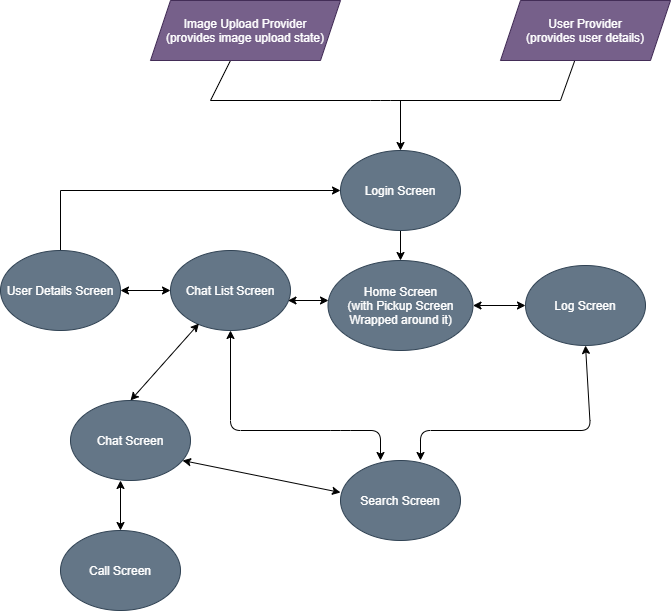
sonalika2001/An-Agile-Squad keeps this draw.io diagram as screenshots and diagrams/state diagram.png. Above is the earlier version. Source tidied: cells renumbered, new cells last; positions are measured from the earlier drawing's top-left corner, leaving out a move shared by most shapes.
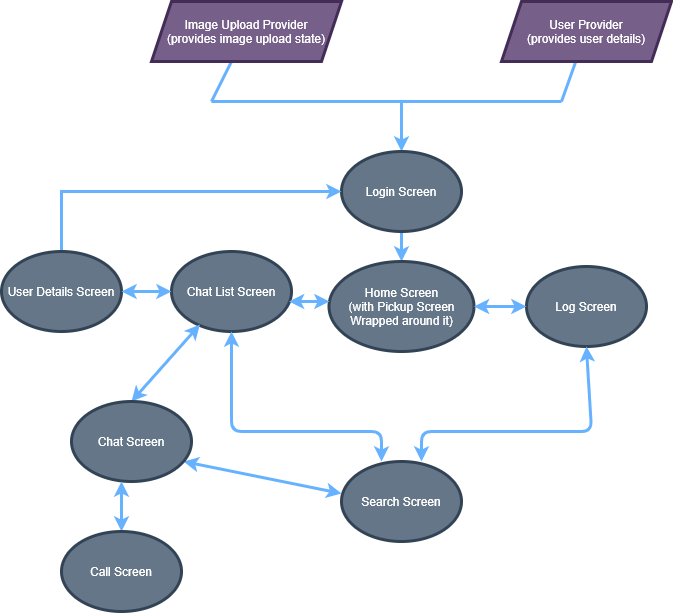
After the change.

Commit message:
modified diagram for better visibility

Change to the diagram source:
```diff
@@ -2,23 +2,23 @@
   <root>
     <mxCell id="0" />
     <mxCell id="1" parent="0" />
-    <mxCell id="2" style="endArrow=none;html=1;" parent="1" edge="1" target="5">
+    <mxCell id="2" style="endArrow=none;html=1;strokeColor=#66B2FF;strokeWidth=3;" parent="1" edge="1" target="5">
       <mxGeometry relative="1" as="geometry">
         <mxPoint x="210" y="100" as="sourcePoint" />
       </mxGeometry>
     </mxCell>
-    <mxCell id="3" style="endArrow=none;html=1;" parent="1" edge="1" target="4">
+    <mxCell id="3" style="endArrow=none;html=1;strokeColor=#66B2FF;strokeWidth=3;" parent="1" edge="1" target="4">
       <mxGeometry relative="1" as="geometry">
         <mxPoint x="560" y="100" as="sourcePoint" />
       </mxGeometry>
     </mxCell>
-    <mxCell id="4" value="User Provider&lt;br&gt;(provides user details)" style="shape=parallelogram;perimeter=parallelogramPerimeter;whiteSpace=wrap;html=1;fixedSize=1;fillColor=#76608a;strokeColor=#432D57;fontColor=#ffffff;" parent="1" vertex="1">
+    <mxCell id="4" value="User Provider&lt;br&gt;(provides user details)" style="shape=parallelogram;perimeter=parallelogramPerimeter;whiteSpace=wrap;html=1;fixedSize=1;fillColor=#76608a;strokeColor=#432D57;fontColor=#ffffff;strokeWidth=3;" parent="1" vertex="1">
       <mxGeometry x="500" width="170" height="60" as="geometry" />
     </mxCell>
-    <mxCell id="5" value="Image Upload Provider&lt;br&gt;(provides image upload state)" style="shape=parallelogram;perimeter=parallelogramPerimeter;whiteSpace=wrap;html=1;fixedSize=1;fillColor=#76608a;strokeColor=#432D57;fontColor=#ffffff;" parent="1" vertex="1">
+    <mxCell id="5" value="Image Upload Provider&lt;br&gt;(provides image upload state)" style="shape=parallelogram;perimeter=parallelogramPerimeter;whiteSpace=wrap;html=1;fixedSize=1;fillColor=#76608a;strokeColor=#432D57;fontColor=#ffffff;strokeWidth=3;" parent="1" vertex="1">
       <mxGeometry x="150" width="190" height="60" as="geometry" />
     </mxCell>
-    <mxCell id="6" style="endArrow=none;html=1;" parent="1" edge="1">
+    <mxCell id="6" style="endArrow=none;html=1;strokeColor=#66B2FF;strokeWidth=3;" parent="1" edge="1">
       <mxGeometry relative="1" as="geometry">
         <mxPoint x="210" y="100" as="sourcePoint" />
         <mxPoint x="560" y="100" as="targetPoint" />
@@ -27,41 +27,41 @@
         </Array>
       </mxGeometry>
     </mxCell>
-    <mxCell id="7" style="endArrow=classic;html=1;" parent="1" edge="1">
+    <mxCell id="7" style="endArrow=classic;html=1;strokeColor=#66B2FF;strokeWidth=3;" parent="1" edge="1">
       <mxGeometry relative="1" as="geometry">
         <mxPoint x="400" y="100" as="sourcePoint" />
         <mxPoint x="400" y="150" as="targetPoint" />
       </mxGeometry>
     </mxCell>
-    <mxCell id="8" style="edgeStyle=orthogonalEdgeStyle;rounded=0;jettySize=auto;html=1;" parent="1" edge="1" source="9" target="10">
+    <mxCell id="8" style="edgeStyle=orthogonalEdgeStyle;rounded=0;jettySize=auto;html=1;strokeColor=#66B2FF;strokeWidth=3;" parent="1" edge="1" source="9" target="10">
       <mxGeometry relative="1" as="geometry" />
     </mxCell>
-    <mxCell id="9" value="Login Screen" style="ellipse;whiteSpace=wrap;html=1;fillColor=#647687;strokeColor=#314354;fontColor=#ffffff;" parent="1" vertex="1">
+    <mxCell id="9" value="Login Screen" style="ellipse;whiteSpace=wrap;html=1;fillColor=#647687;strokeColor=#314354;fontColor=#ffffff;strokeWidth=3;" parent="1" vertex="1">
       <mxGeometry x="340" y="150" width="120" height="80" as="geometry" />
     </mxCell>
-    <mxCell id="10" value="Home Screen&lt;br&gt;(with Pickup Screen Wrapped around it)" style="ellipse;whiteSpace=wrap;html=1;fillColor=#647687;strokeColor=#314354;fontColor=#ffffff;" parent="1" vertex="1">
+    <mxCell id="10" value="Home Screen&lt;br&gt;(with Pickup Screen Wrapped around it)" style="ellipse;whiteSpace=wrap;html=1;fillColor=#647687;strokeColor=#314354;fontColor=#ffffff;strokeWidth=3;" parent="1" vertex="1">
       <mxGeometry x="327.5" y="260" width="145" height="90" as="geometry" />
     </mxCell>
-    <mxCell id="11" value="Chat List Screen" style="ellipse;whiteSpace=wrap;html=1;fillColor=#647687;strokeColor=#314354;fontColor=#ffffff;" parent="1" vertex="1">
+    <mxCell id="11" value="Chat List Screen" style="ellipse;whiteSpace=wrap;html=1;fillColor=#647687;strokeColor=#314354;fontColor=#ffffff;strokeWidth=3;" parent="1" vertex="1">
       <mxGeometry x="170" y="250" width="120" height="80" as="geometry" />
     </mxCell>
-    <mxCell id="12" value="Log Screen" style="ellipse;whiteSpace=wrap;html=1;fillColor=#647687;strokeColor=#314354;fontColor=#ffffff;" parent="1" vertex="1">
+    <mxCell id="12" value="Log Screen" style="ellipse;whiteSpace=wrap;html=1;fillColor=#647687;strokeColor=#314354;fontColor=#ffffff;strokeWidth=3;" parent="1" vertex="1">
       <mxGeometry x="525" y="265" width="120" height="80" as="geometry" />
     </mxCell>
-    <mxCell id="13" style="edgeStyle=orthogonalEdgeStyle;rounded=0;jettySize=auto;html=1;entryX=0;entryY=0.5;entryDx=0;entryDy=0;" parent="1" edge="1" source="14" target="9">
+    <mxCell id="13" style="edgeStyle=orthogonalEdgeStyle;rounded=0;jettySize=auto;html=1;entryX=0;entryY=0.5;entryDx=0;entryDy=0;strokeColor=#66B2FF;strokeWidth=3;" parent="1" edge="1" source="14" target="9">
       <mxGeometry relative="1" as="geometry">
         <Array as="points">
           <mxPoint x="60" y="190" />
         </Array>
       </mxGeometry>
     </mxCell>
-    <mxCell id="14" value="User Details Screen" style="ellipse;whiteSpace=wrap;html=1;fillColor=#647687;strokeColor=#314354;fontColor=#ffffff;" parent="1" vertex="1">
+    <mxCell id="14" value="User Details Screen" style="ellipse;whiteSpace=wrap;html=1;fillColor=#647687;strokeColor=#314354;fontColor=#ffffff;strokeWidth=3;" parent="1" vertex="1">
       <mxGeometry y="250" width="120" height="80" as="geometry" />
     </mxCell>
-    <mxCell id="15" style="endArrow=classic;startArrow=classic;html=1;entryX=0;entryY=0.5;entryDx=0;entryDy=0;exitX=1;exitY=0.5;exitDx=0;exitDy=0;" parent="1" edge="1" source="14" target="11">
+    <mxCell id="15" style="endArrow=classic;startArrow=classic;html=1;entryX=0;entryY=0.5;entryDx=0;entryDy=0;exitX=1;exitY=0.5;exitDx=0;exitDy=0;strokeColor=#66B2FF;strokeWidth=3;" parent="1" edge="1" source="14" target="11">
       <mxGeometry relative="1" as="geometry" />
     </mxCell>
-    <mxCell id="16" style="endArrow=classic;startArrow=classic;html=1;exitX=0.5;exitY=1;exitDx=0;exitDy=0;" parent="1" edge="1" source="11">
+    <mxCell id="16" style="endArrow=classic;startArrow=classic;html=1;exitX=0.5;exitY=1;exitDx=0;exitDy=0;strokeColor=#66B2FF;strokeWidth=3;" parent="1" edge="1" source="11">
       <mxGeometry relative="1" as="geometry">
         <mxPoint x="380" y="460" as="targetPoint" />
         <Array as="points">
@@ -71,18 +71,18 @@
         </Array>
       </mxGeometry>
     </mxCell>
-    <mxCell id="17" style="endArrow=classic;startArrow=classic;html=1;entryX=0.237;entryY=0.913;entryDx=0;entryDy=0;entryPerimeter=0;" parent="1" edge="1" target="11">
+    <mxCell id="17" style="endArrow=classic;startArrow=classic;html=1;entryX=0.237;entryY=0.913;entryDx=0;entryDy=0;entryPerimeter=0;strokeColor=#66B2FF;strokeWidth=3;" parent="1" edge="1" target="11">
       <mxGeometry relative="1" as="geometry">
         <mxPoint x="130" y="400" as="sourcePoint" />
       </mxGeometry>
     </mxCell>
-    <mxCell id="18" style="endArrow=classic;startArrow=classic;html=1;exitX=1;exitY=0.5;exitDx=0;exitDy=0;" parent="1" edge="1">
+    <mxCell id="18" style="endArrow=classic;startArrow=classic;html=1;exitX=1;exitY=0.5;exitDx=0;exitDy=0;strokeColor=#66B2FF;strokeWidth=3;" parent="1" edge="1">
       <mxGeometry relative="1" as="geometry">
         <mxPoint x="182" y="460" as="sourcePoint" />
         <mxPoint x="340" y="492" as="targetPoint" />
       </mxGeometry>
     </mxCell>
-    <mxCell id="19" style="endArrow=classic;startArrow=classic;html=1;entryX=0.5;entryY=1;entryDx=0;entryDy=0;" parent="1" edge="1" target="12">
+    <mxCell id="19" style="endArrow=classic;startArrow=classic;html=1;entryX=0.5;entryY=1;entryDx=0;entryDy=0;strokeColor=#66B2FF;strokeWidth=3;" parent="1" edge="1" target="12">
       <mxGeometry relative="1" as="geometry">
         <mxPoint x="420" y="460" as="sourcePoint" />
         <Array as="points">
@@ -91,25 +91,25 @@
         </Array>
       </mxGeometry>
     </mxCell>
-    <mxCell id="20" value="Search Screen" style="ellipse;whiteSpace=wrap;html=1;fillColor=#647687;strokeColor=#314354;fontColor=#ffffff;" parent="1" vertex="1">
+    <mxCell id="20" value="Search Screen" style="ellipse;whiteSpace=wrap;html=1;fillColor=#647687;strokeColor=#314354;fontColor=#ffffff;strokeWidth=3;" parent="1" vertex="1">
       <mxGeometry x="340" y="460" width="120" height="80" as="geometry" />
     </mxCell>
-    <mxCell id="21" value="Chat Screen" style="ellipse;whiteSpace=wrap;html=1;fillColor=#647687;strokeColor=#314354;fontColor=#ffffff;" parent="1" vertex="1">
+    <mxCell id="21" value="Chat Screen" style="ellipse;whiteSpace=wrap;html=1;fillColor=#647687;strokeColor=#314354;fontColor=#ffffff;strokeWidth=3;" parent="1" vertex="1">
       <mxGeometry x="70" y="400" width="120" height="80" as="geometry" />
     </mxCell>
-    <mxCell id="22" style="endArrow=classic;startArrow=classic;html=1;entryX=0;entryY=0.5;entryDx=0;entryDy=0;" parent="1" edge="1">
+    <mxCell id="22" style="endArrow=classic;startArrow=classic;html=1;entryX=0;entryY=0.5;entryDx=0;entryDy=0;strokeColor=#66B2FF;strokeWidth=3;" parent="1" edge="1">
       <mxGeometry relative="1" as="geometry">
         <mxPoint x="120" y="530" as="sourcePoint" />
         <mxPoint x="120" y="480" as="targetPoint" />
       </mxGeometry>
     </mxCell>
-    <mxCell id="23" value="Call Screen" style="ellipse;whiteSpace=wrap;html=1;fillColor=#647687;strokeColor=#314354;fontColor=#ffffff;" parent="1" vertex="1">
+    <mxCell id="23" value="Call Screen" style="ellipse;whiteSpace=wrap;html=1;fillColor=#647687;strokeColor=#314354;fontColor=#ffffff;strokeWidth=3;" parent="1" vertex="1">
       <mxGeometry x="60" y="530" width="120" height="80" as="geometry" />
     </mxCell>
-    <mxCell id="24" style="endArrow=classic;startArrow=classic;html=1;entryX=0;entryY=0.5;entryDx=0;entryDy=0;exitX=1;exitY=0.5;exitDx=0;exitDy=0;" parent="1" edge="1" source="10" target="12">
+    <mxCell id="24" style="endArrow=classic;startArrow=classic;html=1;entryX=0;entryY=0.5;entryDx=0;entryDy=0;exitX=1;exitY=0.5;exitDx=0;exitDy=0;strokeColor=#66B2FF;strokeWidth=3;" parent="1" edge="1" source="10" target="12">
       <mxGeometry relative="1" as="geometry" />
     </mxCell>
-    <mxCell id="25" style="endArrow=classic;startArrow=classic;html=1;exitX=1;exitY=0.5;exitDx=0;exitDy=0;" parent="1" edge="1">
+    <mxCell id="25" style="endArrow=classic;startArrow=classic;html=1;exitX=1;exitY=0.5;exitDx=0;exitDy=0;strokeColor=#66B2FF;strokeWidth=3;" parent="1" edge="1">
       <mxGeometry relative="1" as="geometry">
         <mxPoint x="287.5" y="300" as="sourcePoint" />
         <mxPoint x="328" y="300" as="targetPoint" />
```
